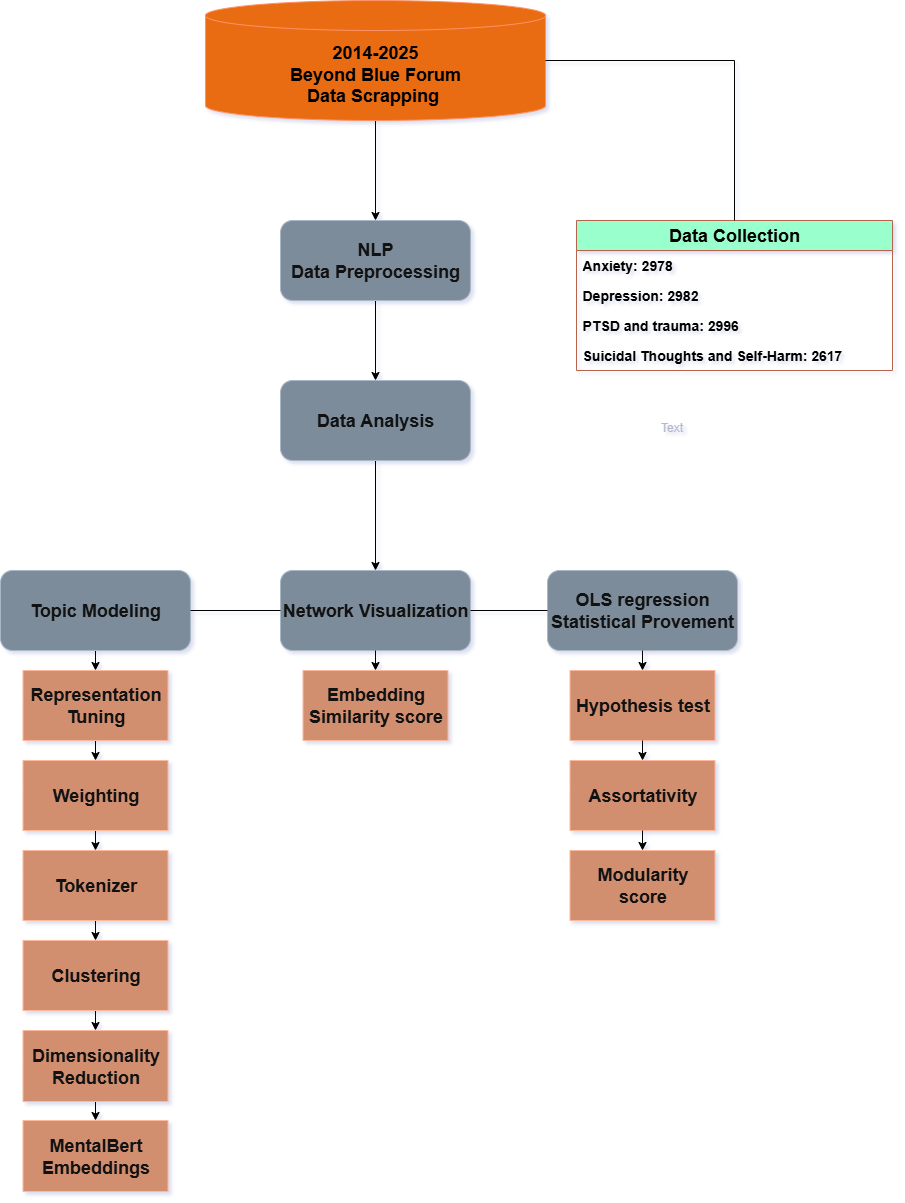
Above: pic/project flowchart.drawio.png in Rainman4301/LLM_NetworkMoel_MentalHealth (draw.io), before the change. Source tidied: cells renumbered, new cells last; positions are measured from the earlier drawing's top-left corner, leaving out a move shared by most shapes.
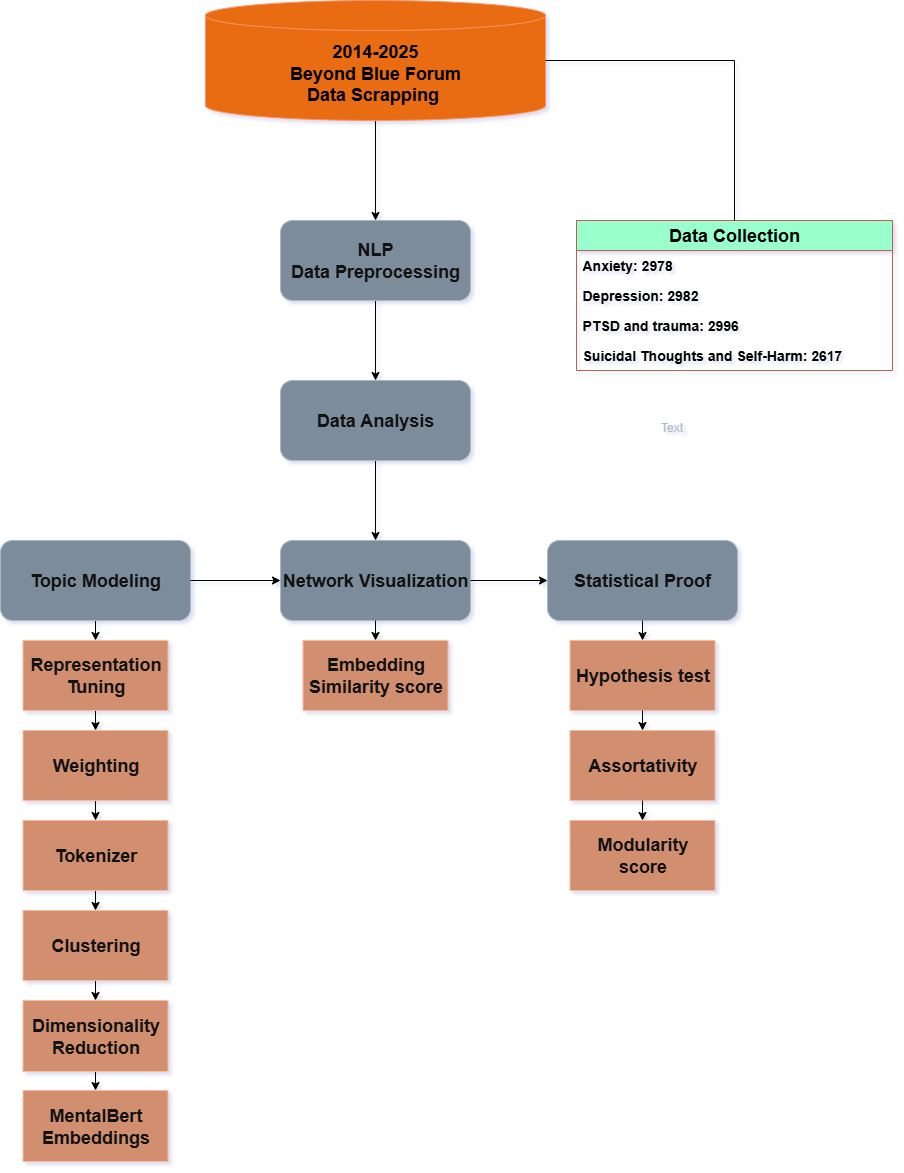
The same diagram one commit later.

Diff of the diagram source:
```diff
@@ -6,19 +6,19 @@
       <mxGeometry relative="1" as="geometry" />
     </mxCell>
     <mxCell id="3" value="&lt;div&gt;&lt;font style=&quot;font-size: 18px; color: light-dark(rgb(0, 0, 0), rgb(0, 0, 0));&quot;&gt;&lt;b&gt;2014-2025&lt;/b&gt;&lt;/font&gt;&lt;/div&gt;&lt;div&gt;&lt;font style=&quot;font-size: 18px; color: light-dark(rgb(0, 0, 0), rgb(0, 0, 0));&quot;&gt;&lt;b&gt;Beyond Blue Forum&lt;/b&gt;&lt;/font&gt;&lt;/div&gt;&lt;font style=&quot;font-size: 18px; color: light-dark(rgb(0, 0, 0), rgb(0, 0, 0));&quot;&gt;&lt;b&gt;Data Scrapping&amp;nbsp;&lt;/b&gt;&lt;/font&gt;" style="shape=cylinder3;whiteSpace=wrap;html=1;boundedLbl=1;backgroundOutline=1;size=15;fillColor=#fa6800;fontColor=#000000;strokeColor=#C73500;" parent="1" vertex="1">
-      <mxGeometry x="205" width="340" height="120" as="geometry" />
+      <mxGeometry x="205" y="30" width="340" height="120" as="geometry" />
     </mxCell>
     <mxCell id="4" style="edgeStyle=orthogonalEdgeStyle;rounded=0;jettySize=auto;html=1;exitX=0.5;exitY=1;exitDx=0;exitDy=0;entryX=0.5;entryY=0;entryDx=0;entryDy=0;strokeColor=light-dark(#000000,#000000);" parent="1" edge="1" source="5" target="7">
       <mxGeometry relative="1" as="geometry" />
     </mxCell>
     <mxCell id="5" value="&lt;font style=&quot;font-size: 18px;&quot;&gt;&lt;b&gt;NLP&lt;/b&gt;&lt;/font&gt;&lt;div&gt;&lt;font style=&quot;font-size: 18px;&quot;&gt;&lt;b&gt;Data Preprocessing&lt;/b&gt;&lt;/font&gt;&lt;/div&gt;" style="rounded=1;whiteSpace=wrap;html=1;fillColor=#647687;fontColor=#ffffff;strokeColor=#314354;" parent="1" vertex="1">
-      <mxGeometry x="280" y="220" width="190" height="80" as="geometry" />
+      <mxGeometry x="280" y="250" width="190" height="80" as="geometry" />
     </mxCell>
     <mxCell id="6" style="edgeStyle=orthogonalEdgeStyle;rounded=0;jettySize=auto;html=1;exitX=0.5;exitY=1;exitDx=0;exitDy=0;entryX=0.5;entryY=0;entryDx=0;entryDy=0;strokeColor=light-dark(#000000,#000000);" parent="1" edge="1" source="7" target="10">
       <mxGeometry relative="1" as="geometry" />
     </mxCell>
     <mxCell id="7" value="&lt;span style=&quot;font-size: 18px;&quot;&gt;&lt;b&gt;Data Analysis&lt;/b&gt;&lt;/span&gt;" style="rounded=1;whiteSpace=wrap;html=1;fillColor=#647687;fontColor=#ffffff;strokeColor=#314354;" parent="1" vertex="1">
-      <mxGeometry x="280" y="380" width="190" height="80" as="geometry" />
+      <mxGeometry x="280" y="410" width="190" height="80" as="geometry" />
     </mxCell>
     <mxCell id="8" style="edgeStyle=orthogonalEdgeStyle;rounded=0;jettySize=auto;html=1;exitX=0.5;exitY=1;exitDx=0;exitDy=0;entryX=0.5;entryY=0;entryDx=0;entryDy=0;strokeColor=light-dark(#000000,#000000);" parent="1" edge="1" source="9" target="14">
       <mxGeometry relative="1" as="geometry" />
@@ -32,7 +32,7 @@
     <mxCell id="11" style="edgeStyle=orthogonalEdgeStyle;rounded=0;jettySize=auto;html=1;" parent="1" edge="1" source="12" target="36">
       <mxGeometry relative="1" as="geometry" />
     </mxCell>
-    <mxCell id="12" value="&lt;span style=&quot;&quot; lang=&quot;EN-US&quot;&gt;&lt;font face=&quot;Helvetica&quot; style=&quot;font-size: 18px;&quot;&gt;&lt;b style=&quot;&quot;&gt;OLS regression&lt;/b&gt;&lt;/font&gt;&lt;/span&gt;&lt;span style=&quot;font-weight: bold; font-size: 18px;&quot;&gt;&lt;br&gt;Statistical Provement&lt;/span&gt;" style="rounded=1;whiteSpace=wrap;html=1;fillColor=#647687;fontColor=#ffffff;strokeColor=#314354;" parent="1" vertex="1">
+    <mxCell id="12" value="&lt;span style=&quot;font-weight: bold; font-size: 18px;&quot;&gt;Statistical Proof&lt;/span&gt;" style="rounded=1;whiteSpace=wrap;html=1;fillColor=#647687;fontColor=#ffffff;strokeColor=#314354;" parent="1" vertex="1">
       <mxGeometry x="547" y="570" width="190" height="80" as="geometry" />
     </mxCell>
     <mxCell id="13" style="edgeStyle=orthogonalEdgeStyle;rounded=0;jettySize=auto;html=1;exitX=0.5;exitY=1;exitDx=0;exitDy=0;entryX=0.5;entryY=0;entryDx=0;entryDy=0;strokeColor=light-dark(#000000,#000000);" parent="1" edge="1" source="14" target="16">
@@ -68,17 +68,11 @@
     <mxCell id="23" value="&lt;b&gt;&lt;font style=&quot;font-size: 18px;&quot;&gt;MentalBert&lt;/font&gt;&lt;/b&gt;&lt;div&gt;&lt;b&gt;&lt;font style=&quot;font-size: 18px;&quot;&gt;Embeddings&lt;/font&gt;&lt;/b&gt;&lt;/div&gt;" style="rounded=0;whiteSpace=wrap;html=1;fillColor=#a0522d;strokeColor=#6D1F00;fontColor=#ffffff;" parent="1" vertex="1">
       <mxGeometry x="22.5" y="1120" width="145" height="71" as="geometry" />
     </mxCell>
-    <mxCell id="24" style="endArrow=none;html=1;rounded=0;entryX=0;entryY=0.5;entryDx=0;entryDy=0;exitX=1;exitY=0.5;exitDx=0;exitDy=0;strokeColor=light-dark(#000000,#000000);" parent="1" edge="1" source="10" target="12">
-      <mxGeometry relative="1" as="geometry" />
-    </mxCell>
-    <mxCell id="25" style="endArrow=none;html=1;rounded=0;entryX=0;entryY=0.5;entryDx=0;entryDy=0;exitX=1;exitY=0.5;exitDx=0;exitDy=0;strokeColor=light-dark(#000000,#000000);" parent="1" edge="1" source="9" target="10">
-      <mxGeometry relative="1" as="geometry" />
-    </mxCell>
     <mxCell id="26" value="Text" style="text;html=1;align=center;verticalAlign=middle;strokeColor=none;fillColor=none;fontColor=#393C56;" parent="1" vertex="1">
-      <mxGeometry x="651" y="414" width="40" height="26" as="geometry" />
+      <mxGeometry x="651" y="444" width="40" height="26" as="geometry" />
     </mxCell>
     <mxCell id="27" value="&lt;span style=&quot;font-size: 18px; font-weight: 700;&quot;&gt;Data Collection&lt;/span&gt;" style="swimlane;fontStyle=0;horizontal=1;startSize=30;whiteSpace=wrap;html=1;strokeColor=#E07A5F;fontColor=light-dark(#000000,#000000);fillColor=light-dark(#F2CC8F,#99FFCC);labelBackgroundColor=none;labelBorderColor=none;textShadow=0;" parent="1" vertex="1">
-      <mxGeometry x="576" y="220" width="316" height="150" as="geometry" />
+      <mxGeometry x="576" y="250" width="316" height="150" as="geometry" />
     </mxCell>
     <mxCell id="28" value="&lt;font style=&quot;color: light-dark(rgb(0, 0, 0), rgb(0, 0, 0)); font-size: 14px;&quot;&gt;&lt;b style=&quot;&quot;&gt;Anxiety: 2978&lt;/b&gt;&lt;/font&gt;" style="text;strokeColor=none;fillColor=none;align=left;verticalAlign=middle;spacingLeft=4;spacingRight=4;overflow=hidden;whiteSpace=wrap;html=1;fontColor=#393C56;" parent="27" vertex="1">
       <mxGeometry y="30" width="316" height="30" as="geometry" />
@@ -93,12 +87,12 @@
       <mxGeometry y="120" width="316" height="30" as="geometry" />
     </mxCell>
     <mxCell id="32" value="&lt;b&gt;&lt;font style=&quot;color: light-dark(rgb(0, 0, 0), rgb(0, 0, 0)); font-size: 14px;&quot; face=&quot;Helvetica&quot;&gt;Suicidal Thoughts and Self-Harm: 2617&lt;/font&gt;&lt;/b&gt;" style="text;strokeColor=none;fillColor=none;align=left;verticalAlign=middle;spacingLeft=4;spacingRight=4;overflow=hidden;whiteSpace=wrap;html=1;fontColor=#393C56;" parent="1" vertex="1">
-      <mxGeometry x="576" y="340" width="279" height="30" as="geometry" />
+      <mxGeometry x="576" y="370" width="279" height="30" as="geometry" />
     </mxCell>
     <mxCell id="33" style="endArrow=none;html=1;rounded=0;entryX=0.5;entryY=0;entryDx=0;entryDy=0;exitX=1;exitY=0.5;exitDx=0;exitDy=0;strokeColor=light-dark(#000000,#000000);exitPerimeter=0;" parent="1" edge="1" source="3" target="27">
       <mxGeometry relative="1" as="geometry">
         <Array as="points">
-          <mxPoint x="734" y="60" />
+          <mxPoint x="734" y="90" />
         </Array>
       </mxGeometry>
     </mxCell>
@@ -126,5 +120,11 @@
     <mxCell id="41" style="edgeStyle=orthogonalEdgeStyle;rounded=0;jettySize=auto;html=1;exitX=0.5;exitY=1;exitDx=0;exitDy=0;strokeColor=light-dark(#000000,#000000);entryX=0.5;entryY=0;entryDx=0;entryDy=0;" parent="1" edge="1" source="38" target="39">
       <mxGeometry relative="1" as="geometry" />
     </mxCell>
+    <mxCell id="25" style="edgeStyle=orthogonalEdgeStyle;rounded=0;jettySize=auto;html=1;exitX=1;exitY=0.5;exitDx=0;exitDy=0;entryX=0;entryY=0.5;entryDx=0;entryDy=0;strokeColor=light-dark(#000000,#000000);" parent="1" edge="1" source="9" target="10">
+      <mxGeometry relative="1" as="geometry" />
+    </mxCell>
+    <mxCell id="24" style="edgeStyle=orthogonalEdgeStyle;rounded=0;jettySize=auto;html=1;exitX=1;exitY=0.5;exitDx=0;exitDy=0;entryX=0;entryY=0.5;entryDx=0;entryDy=0;strokeColor=light-dark(#000000,#000000);" parent="1" edge="1" source="10" target="12">
+      <mxGeometry relative="1" as="geometry" />
+    </mxCell>
   </root>
 </mxGraphModel>
```
